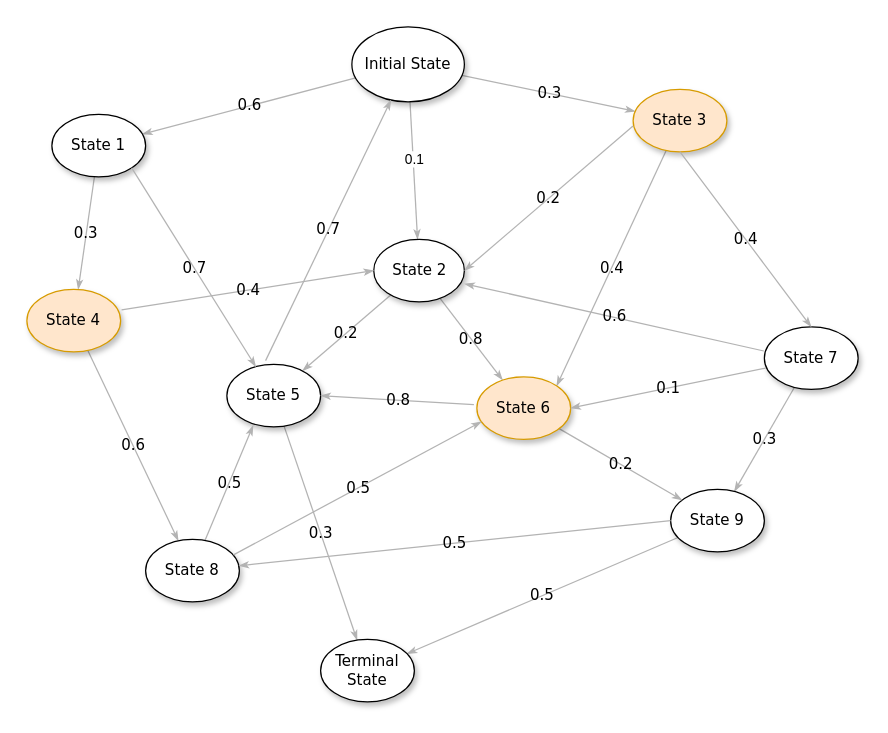
Above: Assignment 2/Untitled Diagram.drawio in mendezja/RL_CS379_Assignments (draw.io), before the change. Source tidied: cells renumbered, new cells numbered last; positions are measured from the earlier drawing's top-left corner, leaving out a move shared by most shapes. Both pictures are drawn from the tidied source at 125%, with x=0, y=0 at pixel (26, 26).
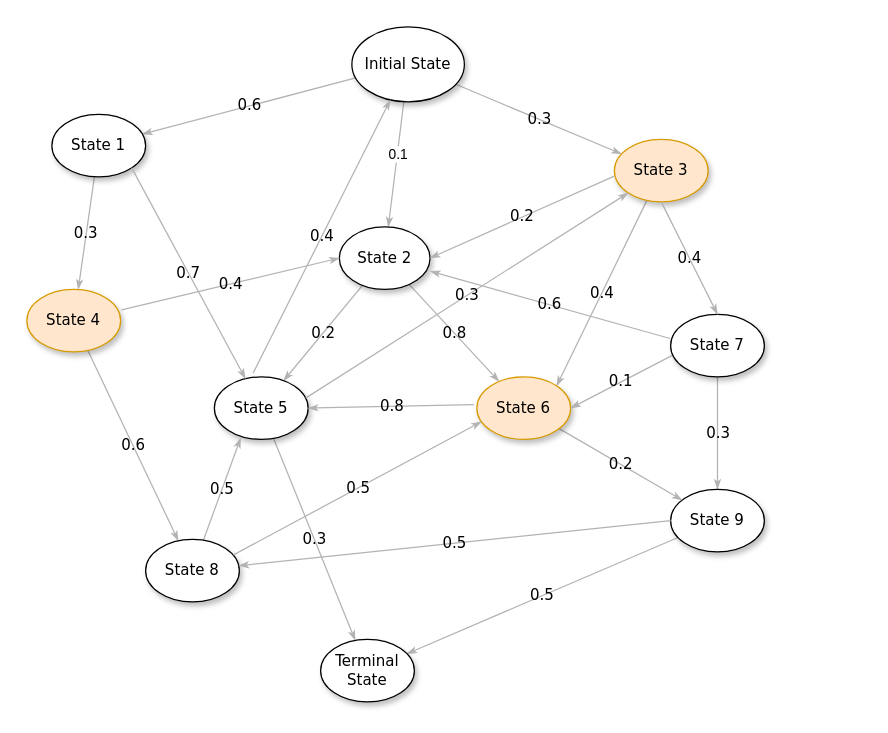
The same page after the edit.

Unchanged cells that the change refers to:
```xml
<mxCell id="6" value="Initial State" style="ellipse;whiteSpace=wrap;html=1;rounded=0;shadow=1;comic=0;labelBackgroundColor=none;strokeWidth=1;fontFamily=Verdana;fontSize=12;align=center;direction=west;" parent="1" vertex="1">
  <mxGeometry x="260" width="90" height="60" as="geometry" />
</mxCell>
```

What changed in the source:
```diff
@@
     <mxCell id="9" value="&lt;span&gt;State 2&lt;/span&gt;" style="ellipse;whiteSpace=wrap;html=1;rounded=0;shadow=1;comic=0;labelBackgroundColor=none;strokeWidth=1;fontFamily=Verdana;fontSize=12;align=center;" parent="1" vertex="1">
-      <mxGeometry x="277.5" y="170" width="72.5" height="50" as="geometry" />
+      <mxGeometry x="250" y="160" width="72.5" height="50" as="geometry" />
     </mxCell>
@@
     <mxCell id="11" value="&lt;span&gt;State 3&lt;/span&gt;" style="ellipse;whiteSpace=wrap;html=1;rounded=0;shadow=1;comic=0;labelBackgroundColor=none;strokeWidth=1;fontFamily=Verdana;fontSize=12;align=center;fillColor=#ffe6cc;strokeColor=#d79b00;" parent="1" vertex="1">
-      <mxGeometry x="485" y="50" width="75" height="50" as="geometry" />
+      <mxGeometry x="470" y="90" width="75" height="50" as="geometry" />
     </mxCell>
@@
     <mxCell id="13" value="&lt;span&gt;State 7&lt;/span&gt;" style="ellipse;whiteSpace=wrap;html=1;rounded=0;shadow=1;comic=0;labelBackgroundColor=none;strokeWidth=1;fontFamily=Verdana;fontSize=12;align=center;" parent="1" vertex="1">
-      <mxGeometry x="590" y="240" width="75" height="50" as="geometry" />
+      <mxGeometry x="515" y="230" width="75" height="50" as="geometry" />
     </mxCell>
@@
     <mxCell id="19" value="&lt;span&gt;State 5&lt;/span&gt;" style="ellipse;whiteSpace=wrap;html=1;rounded=0;shadow=1;comic=0;labelBackgroundColor=none;strokeWidth=1;fontFamily=Verdana;fontSize=12;align=center;" parent="1" vertex="1">
-      <mxGeometry x="160" y="270" width="75" height="50" as="geometry" />
+      <mxGeometry x="150" y="280" width="75" height="50" as="geometry" />
     </mxCell>
@@
-    <mxCell id="29" value="0.7" style="edgeStyle=none;rounded=1;html=1;labelBackgroundColor=none;startArrow=none;startFill=0;startSize=5;endArrow=classicThin;endFill=1;endSize=5;jettySize=auto;strokeColor=#B3B3B3;strokeWidth=1;fontFamily=Verdana;fontSize=12;exitX=0.413;exitY=-0.06;exitDx=0;exitDy=0;exitPerimeter=0;" parent="1" edge="1" source="19" target="6">
+    <mxCell id="29" value="0.4" style="edgeStyle=none;rounded=1;html=1;labelBackgroundColor=none;startArrow=none;startFill=0;startSize=5;endArrow=classicThin;endFill=1;endSize=5;jettySize=auto;strokeColor=#B3B3B3;strokeWidth=1;fontFamily=Verdana;fontSize=12;exitX=0.413;exitY=-0.06;exitDx=0;exitDy=0;exitPerimeter=0;" parent="1" edge="1" source="19" target="6">
       <mxGeometry relative="1" as="geometry" />
     </mxCell>
@@
+    <mxCell id="37" value="0.3" style="edgeStyle=none;rounded=1;html=1;labelBackgroundColor=none;startArrow=none;startFill=0;startSize=5;endArrow=classicThin;endFill=1;endSize=5;jettySize=auto;strokeColor=#B3B3B3;strokeWidth=1;fontFamily=Verdana;fontSize=12;entryX=0;entryY=1;entryDx=0;entryDy=0;exitX=0.973;exitY=0.34;exitDx=0;exitDy=0;exitPerimeter=0;" parent="1" edge="1" source="19" target="11">
+      <mxGeometry relative="1" as="geometry" />
+    </mxCell>
```
